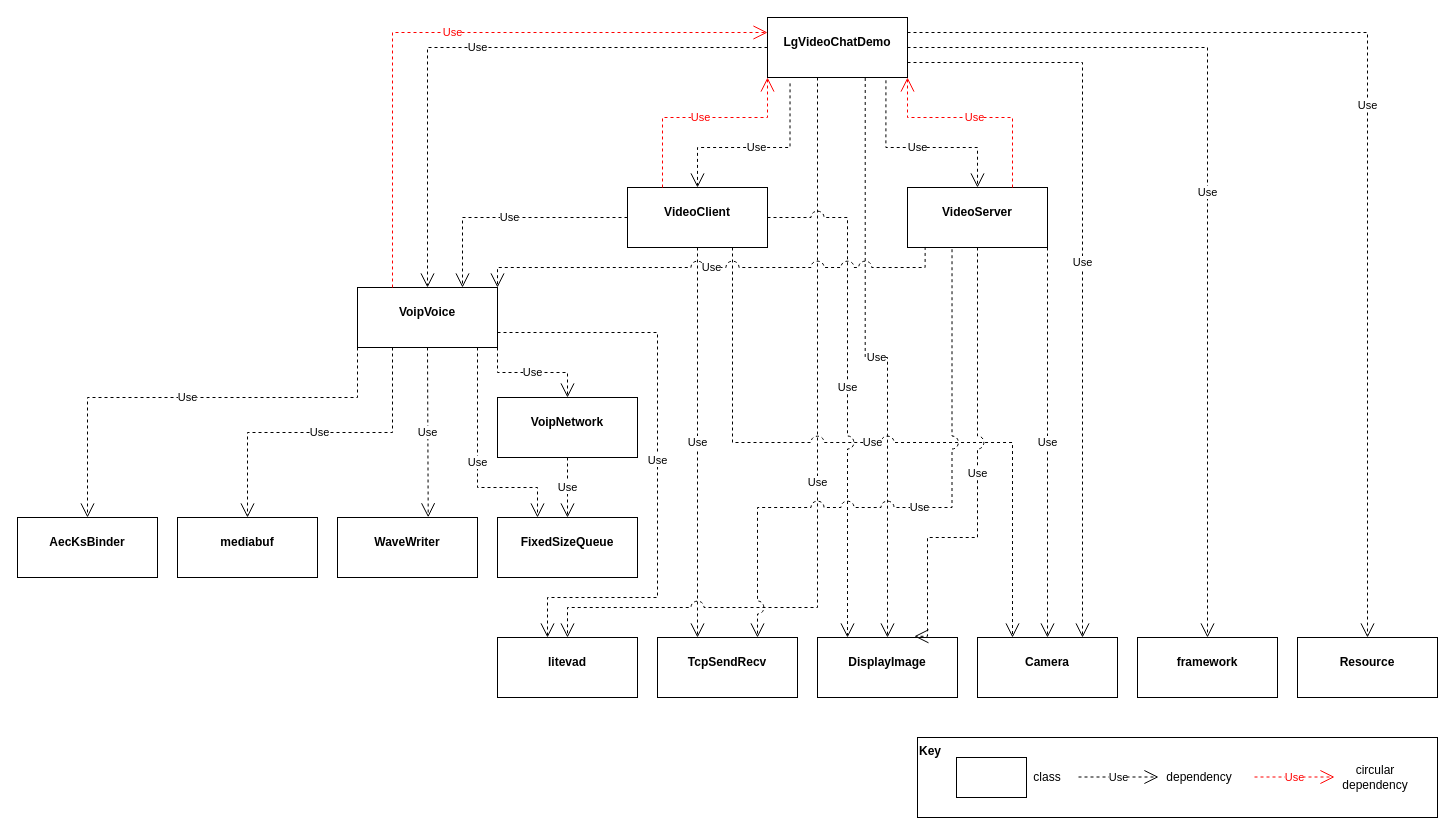
Earlier version of the draw.io diagram page "Q3" (2 of 2) of SW Architect A2.drawio (sunggooni/SW_Architect). Source tidied: cells renumbered, new cells numbered last; positions are measured from the earlier drawing's top-left corner, leaving out a move shared by most shapes. Both pictures are drawn from the tidied source at 100%, with x=0, y=0 at pixel (17, 17).
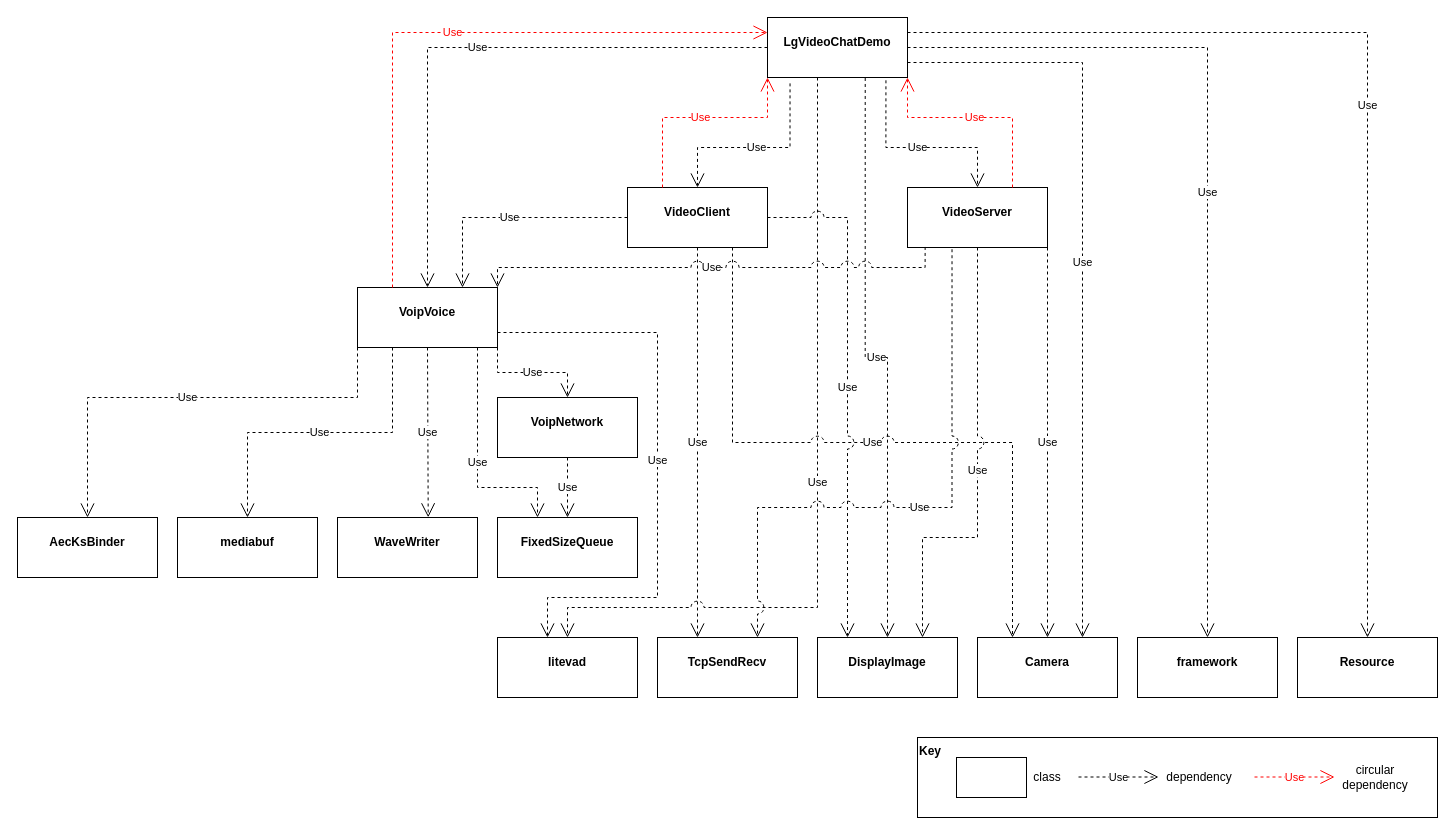
Above is the later version.

Unchanged cells that the change refers to:
```xml
<mxCell id="8" value="&lt;p style=&quot;margin:0px;margin-top:4px;text-align:center;&quot;&gt;&lt;br&gt;&lt;span style=&quot;-webkit-text-stroke: 0px rgba(0, 0, 0, 0);&quot;&gt;&lt;b class=&quot;fr-fix-d86f9b94&quot;&gt;DisplayImage&lt;/b&gt;&lt;/span&gt;&lt;/p&gt;" style="verticalAlign=top;align=left;overflow=fill;fontSize=12;fontFamily=Helvetica;html=1;whiteSpace=wrap;" parent="1" vertex="1">
  <mxGeometry x="800" y="620" width="140" height="60" as="geometry" />
</mxCell>
<mxCell id="13" value="&lt;p style=&quot;margin:0px;margin-top:4px;text-align:center;&quot;&gt;&lt;br&gt;&lt;span style=&quot;-webkit-text-stroke: 0px rgba(0, 0, 0, 0);&quot;&gt;&lt;b class=&quot;fr-fix-d86f9b94&quot;&gt;VideoServer&lt;/b&gt;&lt;/span&gt;&lt;/p&gt;" style="verticalAlign=top;align=left;overflow=fill;fontSize=12;fontFamily=Helvetica;html=1;whiteSpace=wrap;" parent="1" vertex="1">
  <mxGeometry x="890" y="170" width="140" height="60" as="geometry" />
</mxCell>
```

Change to the diagram source:
```diff
@@
-    <mxCell id="32" value="Use" style="endArrow=open;endSize=12;dashed=1;html=1;rounded=0;jumpStyle=arc;jumpSize=13;shadow=0;strokeWidth=1;exitX=0.5;exitY=1;exitDx=0;exitDy=0;edgeStyle=orthogonalEdgeStyle;entryX=0.692;entryY=-0.02;entryDx=0;entryDy=0;entryPerimeter=0;" parent="1" edge="1" source="13" target="8">
+    <mxCell id="32" value="Use" style="endArrow=open;endSize=12;dashed=1;html=1;rounded=0;jumpStyle=arc;jumpSize=13;shadow=0;strokeWidth=1;exitX=0.5;exitY=1;exitDx=0;exitDy=0;edgeStyle=orthogonalEdgeStyle;entryX=0.75;entryY=0;entryDx=0;entryDy=0;" parent="1" edge="1" source="13" target="8">
       <mxGeometry relative="1" as="geometry">
         <Array as="points">
           <mxPoint x="960" y="520" />
-          <mxPoint x="910" y="520" />
-          <mxPoint x="910" y="619" />
+          <mxPoint x="905" y="520" />
         </Array>
       </mxGeometry>
     </mxCell>
```
